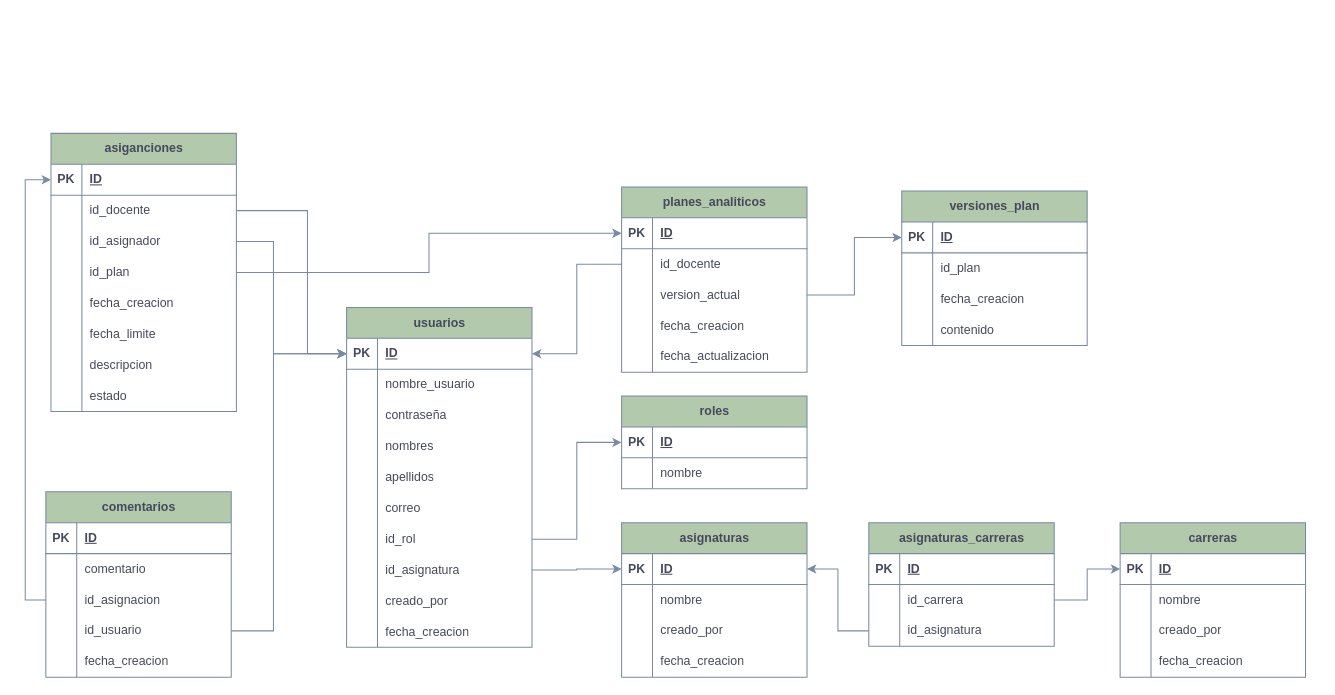
Earlier version of the draw.io diagram page "Diagrama Tablas" (1 of 3) of Diagrama sin título.drawio (JesusBriones2/prueba). Source tidied: cells renumbered, new cells numbered last; positions are measured from the earlier drawing's top-left corner, leaving out a move shared by most shapes. Both pictures are drawn from the tidied source at 103%, with x=0, y=0 at pixel (45, 133).
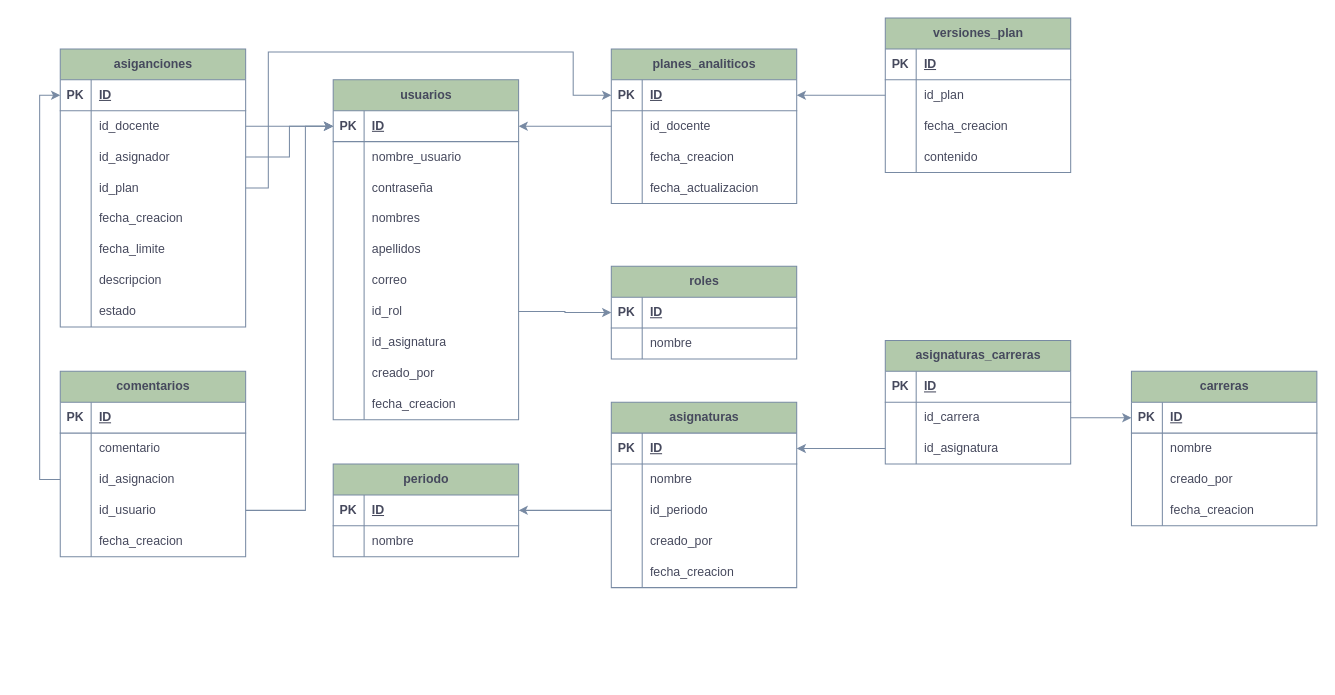
After the change.

The change refers to these unchanged cells:
```xml
<mxCell id="3" style="shape=tableRow;horizontal=0;startSize=0;swimlaneHead=0;swimlaneBody=0;fillColor=none;points=[[0,0.5],[1,0.5]];portConstraint=eastwest;top=0;left=0;right=0;bottom=1;strokeColor=#788AA3;fontColor=#46495D;labelBackgroundColor=none;" parent="2" vertex="1">
  <mxGeometry y="30" width="180" height="30" as="geometry" />
</mxCell>
<mxCell id="21" style="shape=tableRow;horizontal=0;startSize=0;swimlaneHead=0;swimlaneBody=0;fillColor=none;points=[[0,0.5],[1,0.5]];portConstraint=eastwest;top=0;left=0;right=0;bottom=0;strokeColor=#788AA3;fontColor=#46495D;labelBackgroundColor=none;" parent="2" vertex="1">
  <mxGeometry y="210" width="180" height="30" as="geometry" />
</mxCell>
<mxCell id="24" style="shape=tableRow;horizontal=0;startSize=0;swimlaneHead=0;swimlaneBody=0;fillColor=none;points=[[0,0.5],[1,0.5]];portConstraint=eastwest;top=0;left=0;right=0;bottom=0;strokeColor=#788AA3;fontColor=#46495D;labelBackgroundColor=none;" parent="2" vertex="1">
  <mxGeometry y="240" width="180" height="30" as="geometry" />
</mxCell>
<mxCell id="34" style="shape=tableRow;horizontal=0;startSize=0;swimlaneHead=0;swimlaneBody=0;fillColor=none;points=[[0,0.5],[1,0.5]];portConstraint=eastwest;top=0;left=0;right=0;bottom=1;strokeColor=#788AA3;fontColor=#46495D;labelBackgroundColor=none;" parent="33" vertex="1">
  <mxGeometry y="30" width="180" height="30" as="geometry" />
</mxCell>
<mxCell id="41" style="shape=tableRow;horizontal=0;startSize=0;swimlaneHead=0;swimlaneBody=0;fillColor=none;points=[[0,0.5],[1,0.5]];portConstraint=eastwest;top=0;left=0;right=0;bottom=1;strokeColor=#788AA3;fontColor=#46495D;labelBackgroundColor=none;" parent="40" vertex="1">
  <mxGeometry y="30" width="180" height="30" as="geometry" />
</mxCell>
<mxCell id="54" style="shape=tableRow;horizontal=0;startSize=0;swimlaneHead=0;swimlaneBody=0;fillColor=none;points=[[0,0.5],[1,0.5]];portConstraint=eastwest;top=0;left=0;right=0;bottom=1;strokeColor=#788AA3;fontColor=#46495D;labelBackgroundColor=none;" parent="53" vertex="1">
  <mxGeometry y="30" width="180" height="30" as="geometry" />
</mxCell>
<mxCell id="70" style="shape=tableRow;horizontal=0;startSize=0;swimlaneHead=0;swimlaneBody=0;fillColor=none;points=[[0,0.5],[1,0.5]];portConstraint=eastwest;top=0;left=0;right=0;bottom=0;strokeColor=#788AA3;fontColor=#46495D;labelBackgroundColor=none;" parent="66" vertex="1">
  <mxGeometry y="60" width="180" height="30" as="geometry" />
</mxCell>
<mxCell id="73" style="shape=tableRow;horizontal=0;startSize=0;swimlaneHead=0;swimlaneBody=0;fillColor=none;points=[[0,0.5],[1,0.5]];portConstraint=eastwest;top=0;left=0;right=0;bottom=0;strokeColor=#788AA3;fontColor=#46495D;labelBackgroundColor=none;" parent="66" vertex="1">
  <mxGeometry y="90" width="180" height="30" as="geometry" />
</mxCell>
<mxCell id="77" style="shape=tableRow;horizontal=0;startSize=0;swimlaneHead=0;swimlaneBody=0;fillColor=none;points=[[0,0.5],[1,0.5]];portConstraint=eastwest;top=0;left=0;right=0;bottom=1;strokeColor=#788AA3;fontColor=#46495D;labelBackgroundColor=none;" parent="76" vertex="1">
  <mxGeometry y="30" width="180" height="30" as="geometry" />
</mxCell>
<mxCell id="80" style="shape=tableRow;horizontal=0;startSize=0;swimlaneHead=0;swimlaneBody=0;fillColor=none;points=[[0,0.5],[1,0.5]];portConstraint=eastwest;top=0;left=0;right=0;bottom=0;strokeColor=#788AA3;fontColor=#46495D;labelBackgroundColor=none;" parent="76" vertex="1">
  <mxGeometry y="60" width="180" height="30" as="geometry" />
</mxCell>
<mxCell id="93" style="shape=tableRow;horizontal=0;startSize=0;swimlaneHead=0;swimlaneBody=0;fillColor=none;points=[[0,0.5],[1,0.5]];portConstraint=eastwest;top=0;left=0;right=0;bottom=1;strokeColor=#788AA3;fontColor=#46495D;labelBackgroundColor=none;" parent="92" vertex="1">
  <mxGeometry y="30" width="180" height="30" as="geometry" />
</mxCell>
<mxCell id="96" style="shape=tableRow;horizontal=0;startSize=0;swimlaneHead=0;swimlaneBody=0;fillColor=none;points=[[0,0.5],[1,0.5]];portConstraint=eastwest;top=0;left=0;right=0;bottom=0;strokeColor=#788AA3;fontColor=#46495D;labelBackgroundColor=none;" parent="92" vertex="1">
  <mxGeometry y="60" width="180" height="30" as="geometry" />
</mxCell>
<mxCell id="106" style="shape=tableRow;horizontal=0;startSize=0;swimlaneHead=0;swimlaneBody=0;fillColor=none;points=[[0,0.5],[1,0.5]];portConstraint=eastwest;top=0;left=0;right=0;bottom=1;strokeColor=#788AA3;fontColor=#46495D;labelBackgroundColor=none;" parent="105" vertex="1">
  <mxGeometry y="30" width="180" height="30" as="geometry" />
</mxCell>
<mxCell id="109" style="shape=tableRow;horizontal=0;startSize=0;swimlaneHead=0;swimlaneBody=0;fillColor=none;points=[[0,0.5],[1,0.5]];portConstraint=eastwest;top=0;left=0;right=0;bottom=0;strokeColor=#788AA3;fontColor=#46495D;labelBackgroundColor=none;" parent="105" vertex="1">
  <mxGeometry y="60" width="180" height="30" as="geometry" />
</mxCell>
<mxCell id="112" style="shape=tableRow;horizontal=0;startSize=0;swimlaneHead=0;swimlaneBody=0;fillColor=none;points=[[0,0.5],[1,0.5]];portConstraint=eastwest;top=0;left=0;right=0;bottom=0;strokeColor=#788AA3;fontColor=#46495D;labelBackgroundColor=none;" parent="105" vertex="1">
  <mxGeometry y="90" width="180" height="30" as="geometry" />
</mxCell>
<mxCell id="115" style="shape=tableRow;horizontal=0;startSize=0;swimlaneHead=0;swimlaneBody=0;fillColor=none;points=[[0,0.5],[1,0.5]];portConstraint=eastwest;top=0;left=0;right=0;bottom=0;strokeColor=#788AA3;fontColor=#46495D;labelBackgroundColor=none;" parent="105" vertex="1">
  <mxGeometry y="120" width="180" height="30" as="geometry" />
</mxCell>
<mxCell id="137" style="shape=tableRow;horizontal=0;startSize=0;swimlaneHead=0;swimlaneBody=0;fillColor=none;points=[[0,0.5],[1,0.5]];portConstraint=eastwest;top=0;left=0;right=0;bottom=0;strokeColor=#788AA3;fontColor=#46495D;labelBackgroundColor=none;" parent="130" vertex="1">
  <mxGeometry y="90" width="180" height="30" as="geometry" />
</mxCell>
<mxCell id="140" style="shape=tableRow;horizontal=0;startSize=0;swimlaneHead=0;swimlaneBody=0;fillColor=none;points=[[0,0.5],[1,0.5]];portConstraint=eastwest;top=0;left=0;right=0;bottom=0;strokeColor=#788AA3;fontColor=#46495D;labelBackgroundColor=none;" parent="130" vertex="1">
  <mxGeometry y="120" width="180" height="30" as="geometry" />
</mxCell>
```

Diff of the diagram source:
```diff
@@
     <mxCell id="2" value="usuarios" style="shape=table;startSize=30;childLayout=tableLayout;rowLines=0;fontStyle=1;align=center;html=1;strokeColor=#788AA3;fontColor=#46495D;fillColor=#B2C9AB;labelBackgroundColor=none;" parent="1" vertex="1">
-      <mxGeometry x="292" y="169" width="180" height="330" as="geometry" />
+      <mxGeometry x="279" y="-52" width="180" height="330" as="geometry" />
     </mxCell>
@@
     <mxCell id="33" value="roles" style="shape=table;startSize=30;childLayout=tableLayout;rowLines=0;fontStyle=1;align=center;html=1;strokeColor=#788AA3;fontColor=#46495D;fillColor=#B2C9AB;labelBackgroundColor=none;" parent="1" vertex="1">
-      <mxGeometry x="559" y="255" width="180" height="90" as="geometry" />
+      <mxGeometry x="549" y="129" width="180" height="90" as="geometry" />
     </mxCell>
@@
     <mxCell id="40" value="asignaturas" style="shape=table;startSize=30;childLayout=tableLayout;rowLines=0;fontStyle=1;align=center;html=1;strokeColor=#788AA3;fontColor=#46495D;fillColor=#B2C9AB;labelBackgroundColor=none;" parent="1" vertex="1">
-      <mxGeometry x="559" y="378" width="180" height="150" as="geometry" />
+      <mxGeometry x="549" y="261" width="180" height="180" as="geometry" />
     </mxCell>
@@
+    <mxCell id="50" style="shape=tableRow;horizontal=0;startSize=0;swimlaneHead=0;swimlaneBody=0;fillColor=none;points=[[0,0.5],[1,0.5]];portConstraint=eastwest;top=0;left=0;right=0;bottom=0;strokeColor=#788AA3;fontColor=#46495D;labelBackgroundColor=none;" parent="40" vertex="1">
+      <mxGeometry y="90" width="180" height="30" as="geometry" />
+    </mxCell>
+    <mxCell id="51" style="shape=partialRectangle;fillColor=none;top=0;left=0;bottom=0;right=0;overflow=hidden;whiteSpace=wrap;html=1;strokeColor=#788AA3;fontColor=#46495D;labelBackgroundColor=none;" parent="50" vertex="1">
+      <mxGeometry width="30" height="30" as="geometry" />
+    </mxCell>
+    <mxCell id="52" value="id_periodo" style="shape=partialRectangle;fillColor=none;top=0;left=0;bottom=0;right=0;align=left;spacingLeft=6;overflow=hidden;whiteSpace=wrap;html=1;strokeColor=#788AA3;fontColor=#46495D;labelBackgroundColor=none;" parent="50" vertex="1">
+      <mxGeometry x="30" width="150" height="30" as="geometry" />
+    </mxCell>
     <mxCell id="47" style="shape=tableRow;horizontal=0;startSize=0;swimlaneHead=0;swimlaneBody=0;fillColor=none;top=0;left=0;right=0;bottom=0;strokeColor=#788AA3;fontColor=#46495D;labelBackgroundColor=none;" parent="40" vertex="1">
-      <mxGeometry y="90" width="180" height="30" as="geometry" />
+      <mxGeometry y="120" width="180" height="30" as="geometry" />
     </mxCell>
@@
-    <mxCell id="50" style="shape=tableRow;horizontal=0;startSize=0;swimlaneHead=0;swimlaneBody=0;fillColor=none;points=[[0,0.5],[1,0.5]];portConstraint=eastwest;top=0;left=0;right=0;bottom=0;strokeColor=#788AA3;fontColor=#46495D;labelBackgroundColor=none;" parent="40" vertex="1">
-      <mxGeometry y="120" width="180" height="30" as="geometry" />
-    </mxCell>
-    <mxCell id="51" style="shape=partialRectangle;fillColor=none;top=0;left=0;bottom=0;right=0;overflow=hidden;whiteSpace=wrap;html=1;strokeColor=#788AA3;fontColor=#46495D;labelBackgroundColor=none;" parent="50" vertex="1">
-      <mxGeometry width="30" height="30" as="geometry" />
-    </mxCell>
-    <mxCell id="52" value="fecha_creacion" style="shape=partialRectangle;fillColor=none;top=0;left=0;bottom=0;right=0;align=left;spacingLeft=6;overflow=hidden;whiteSpace=wrap;html=1;strokeColor=#788AA3;fontColor=#46495D;labelBackgroundColor=none;" parent="50" vertex="1">
-      <mxGeometry x="30" width="150" height="30" as="geometry" />
-    </mxCell>
+    <mxCell id="157" style="shape=tableRow;horizontal=0;startSize=0;swimlaneHead=0;swimlaneBody=0;fillColor=none;top=0;left=0;right=0;bottom=0;strokeColor=#788AA3;fontColor=#46495D;labelBackgroundColor=none;" parent="40" vertex="1">
+      <mxGeometry y="150" width="180" height="30" as="geometry" />
+    </mxCell>
+    <mxCell id="158" style="shape=partialRectangle;fillColor=none;top=0;left=0;bottom=0;right=0;overflow=hidden;whiteSpace=wrap;html=1;strokeColor=#788AA3;fontColor=#46495D;labelBackgroundColor=none;" parent="157" vertex="1">
+      <mxGeometry width="30" height="30" as="geometry" />
+    </mxCell>
+    <mxCell id="159" value="fecha_creacion" style="shape=partialRectangle;fillColor=none;top=0;left=0;bottom=0;right=0;align=left;spacingLeft=6;overflow=hidden;whiteSpace=wrap;html=1;strokeColor=#788AA3;fontColor=#46495D;labelBackgroundColor=none;" parent="157" vertex="1">
+      <mxGeometry x="30" width="150" height="30" as="geometry" />
+    </mxCell>
     <mxCell id="53" value="carreras" style="shape=table;startSize=30;childLayout=tableLayout;rowLines=0;fontStyle=1;align=center;html=1;strokeColor=#788AA3;fontColor=#46495D;fillColor=#B2C9AB;labelBackgroundColor=none;" parent="1" vertex="1">
-      <mxGeometry x="1043" y="378" width="180" height="150" as="geometry" />
+      <mxGeometry x="1054" y="231" width="180" height="150" as="geometry" />
     </mxCell>
@@
     <mxCell id="66" value="asignaturas_carreras" style="shape=table;startSize=30;childLayout=tableLayout;rowLines=0;fontStyle=1;align=center;html=1;strokeColor=#788AA3;fontColor=#46495D;fillColor=#B2C9AB;labelBackgroundColor=none;" parent="1" vertex="1">
-      <mxGeometry x="799" y="378" width="180" height="120" as="geometry" />
+      <mxGeometry x="815" y="201" width="180" height="120" as="geometry" />
     </mxCell>
@@
     <mxCell id="76" value="planes_analiticos" style="shape=table;startSize=30;childLayout=tableLayout;rowLines=0;fontStyle=1;align=center;html=1;strokeColor=#788AA3;fontColor=#46495D;fillColor=#B2C9AB;labelBackgroundColor=none;" parent="1" vertex="1">
-      <mxGeometry x="559" y="52" width="180" height="180" as="geometry" />
+      <mxGeometry x="549" y="-82" width="180" height="150" as="geometry" />
     </mxCell>
@@
-    <mxCell id="83" style="shape=tableRow;horizontal=0;startSize=0;swimlaneHead=0;swimlaneBody=0;fillColor=none;points=[[0,0.5],[1,0.5]];portConstraint=eastwest;top=0;left=0;right=0;bottom=0;strokeColor=#788AA3;fontColor=#46495D;labelBackgroundColor=none;" parent="76" vertex="1">
-      <mxGeometry y="90" width="180" height="30" as="geometry" />
-    </mxCell>
-    <mxCell id="84" style="shape=partialRectangle;fillColor=none;top=0;left=0;bottom=0;right=0;overflow=hidden;whiteSpace=wrap;html=1;strokeColor=#788AA3;fontColor=#46495D;labelBackgroundColor=none;" parent="83" vertex="1">
-      <mxGeometry width="30" height="30" as="geometry" />
-    </mxCell>
-    <mxCell id="85" value="version_actual" style="shape=partialRectangle;fillColor=none;top=0;left=0;bottom=0;right=0;align=left;spacingLeft=6;overflow=hidden;whiteSpace=wrap;html=1;strokeColor=#788AA3;fontColor=#46495D;labelBackgroundColor=none;" parent="83" vertex="1">
-      <mxGeometry x="30" width="150" height="30" as="geometry" />
-    </mxCell>
     <mxCell id="86" style="shape=tableRow;horizontal=0;startSize=0;swimlaneHead=0;swimlaneBody=0;fillColor=none;top=0;left=0;right=0;bottom=0;strokeColor=#788AA3;fontColor=#46495D;labelBackgroundColor=none;" parent="76" vertex="1">
-      <mxGeometry y="120" width="180" height="30" as="geometry" />
+      <mxGeometry y="90" width="180" height="30" as="geometry" />
     </mxCell>
@@
     <mxCell id="89" style="shape=tableRow;horizontal=0;startSize=0;swimlaneHead=0;swimlaneBody=0;fillColor=none;top=0;left=0;right=0;bottom=0;strokeColor=#788AA3;fontColor=#46495D;labelBackgroundColor=none;" parent="76" vertex="1">
-      <mxGeometry y="150" width="180" height="30" as="geometry" />
+      <mxGeometry y="120" width="180" height="30" as="geometry" />
     </mxCell>
@@
     <mxCell id="92" value="versiones_plan" style="shape=table;startSize=30;childLayout=tableLayout;rowLines=0;fontStyle=1;align=center;html=1;strokeColor=#788AA3;fontColor=#46495D;fillColor=#B2C9AB;labelBackgroundColor=none;" parent="1" vertex="1">
-      <mxGeometry x="831" y="56" width="180" height="150" as="geometry" />
+      <mxGeometry x="815" y="-112" width="180" height="150" as="geometry" />
     </mxCell>
@@
     <mxCell id="105" value="asiganciones" style="shape=table;startSize=30;childLayout=tableLayout;rowLines=0;fontStyle=1;align=center;html=1;strokeColor=#788AA3;fontColor=#46495D;fillColor=#B2C9AB;labelBackgroundColor=none;" parent="1" vertex="1">
-      <mxGeometry x="5" width="180" height="270" as="geometry" />
+      <mxGeometry x="14" y="-82" width="180" height="270" as="geometry" />
     </mxCell>
@@
     <mxCell id="130" value="comentarios" style="shape=table;startSize=30;childLayout=tableLayout;rowLines=0;fontStyle=1;align=center;html=1;strokeColor=#788AA3;fontColor=#46495D;fillColor=#B2C9AB;labelBackgroundColor=none;" parent="1" vertex="1">
-      <mxGeometry y="348" width="180" height="180" as="geometry" />
+      <mxGeometry x="14" y="231" width="180" height="180" as="geometry" />
     </mxCell>
@@
-    <mxCell id="146" style="edgeStyle=orthogonalEdgeStyle;rounded=0;jettySize=auto;html=1;exitX=0;exitY=0.5;exitDx=0;exitDy=0;entryX=0;entryY=0.5;entryDx=0;entryDy=0;strokeColor=#788AA3;fontColor=#46495D;fillColor=#B2C9AB;" parent="1" edge="1" source="137" target="106">
-      <mxGeometry relative="1" as="geometry" />
-    </mxCell>
+    <mxCell id="150" style="edgeStyle=orthogonalEdgeStyle;rounded=0;jettySize=auto;html=1;exitX=0;exitY=0.5;exitDx=0;exitDy=0;entryX=1;entryY=0.5;entryDx=0;entryDy=0;strokeColor=#788AA3;fontColor=default;fillColor=#B2C9AB;labelBackgroundColor=none;" parent="1" edge="1" source="73" target="41">
+      <mxGeometry relative="1" as="geometry" />
+    </mxCell>
+    <mxCell id="151" style="edgeStyle=orthogonalEdgeStyle;rounded=0;jettySize=auto;html=1;exitX=1;exitY=0.5;exitDx=0;exitDy=0;entryX=0;entryY=0.5;entryDx=0;entryDy=0;strokeColor=#788AA3;fontColor=default;fillColor=#B2C9AB;labelBackgroundColor=none;" parent="1" edge="1" source="70" target="54">
+      <mxGeometry relative="1" as="geometry" />
+    </mxCell>
+    <mxCell id="160" style="edgeStyle=orthogonalEdgeStyle;rounded=0;jettySize=auto;html=1;exitX=0;exitY=0.5;exitDx=0;exitDy=0;entryX=1;entryY=0.5;entryDx=0;entryDy=0;strokeColor=#788AA3;fontColor=default;fillColor=#B2C9AB;labelBackgroundColor=none;" parent="1" edge="1" source="96" target="77">
+      <mxGeometry relative="1" as="geometry" />
+    </mxCell>
-    <mxCell id="147" style="edgeStyle=orthogonalEdgeStyle;rounded=0;jettySize=auto;html=1;exitX=0;exitY=0.5;exitDx=0;exitDy=0;strokeColor=#788AA3;fontColor=#46495D;fillColor=#B2C9AB;" parent="1" edge="1" source="80" target="3">
+    <mxCell id="147" style="edgeStyle=orthogonalEdgeStyle;rounded=0;jettySize=auto;html=1;exitX=0;exitY=0.5;exitDx=0;exitDy=0;strokeColor=#788AA3;fontColor=default;fillColor=#B2C9AB;labelBackgroundColor=none;" parent="1" edge="1" source="80" target="3">
       <mxGeometry relative="1" as="geometry" />
     </mxCell>
-    <mxCell id="148" style="edgeStyle=orthogonalEdgeStyle;rounded=0;jettySize=auto;html=1;exitX=1;exitY=0.5;exitDx=0;exitDy=0;entryX=0;entryY=0.5;entryDx=0;entryDy=0;strokeColor=#788AA3;fontColor=#46495D;fillColor=#B2C9AB;" parent="1" edge="1" source="21" target="34">
+    <mxCell id="148" style="edgeStyle=orthogonalEdgeStyle;rounded=0;jettySize=auto;html=1;exitX=1;exitY=0.5;exitDx=0;exitDy=0;entryX=0;entryY=0.5;entryDx=0;entryDy=0;strokeColor=#788AA3;fontColor=default;fillColor=#B2C9AB;labelBackgroundColor=none;" parent="1" edge="1" source="21" target="34">
       <mxGeometry relative="1" as="geometry" />
     </mxCell>
-    <mxCell id="149" style="edgeStyle=orthogonalEdgeStyle;rounded=0;jettySize=auto;html=1;exitX=1;exitY=0.5;exitDx=0;exitDy=0;entryX=0;entryY=0.5;entryDx=0;entryDy=0;strokeColor=#788AA3;fontColor=#46495D;fillColor=#B2C9AB;" parent="1" edge="1" source="24" target="41">
-      <mxGeometry relative="1" as="geometry" />
-    </mxCell>
-    <mxCell id="150" style="edgeStyle=orthogonalEdgeStyle;rounded=0;jettySize=auto;html=1;exitX=0;exitY=0.5;exitDx=0;exitDy=0;entryX=1;entryY=0.5;entryDx=0;entryDy=0;strokeColor=#788AA3;fontColor=#46495D;fillColor=#B2C9AB;" parent="1" edge="1" source="73" target="41">
-      <mxGeometry relative="1" as="geometry" />
-    </mxCell>
-    <mxCell id="151" style="edgeStyle=orthogonalEdgeStyle;rounded=0;jettySize=auto;html=1;exitX=1;exitY=0.5;exitDx=0;exitDy=0;entryX=0;entryY=0.5;entryDx=0;entryDy=0;strokeColor=#788AA3;fontColor=#46495D;fillColor=#B2C9AB;" parent="1" edge="1" source="70" target="54">
-      <mxGeometry relative="1" as="geometry" />
-    </mxCell>
-    <mxCell id="152" style="edgeStyle=orthogonalEdgeStyle;rounded=0;jettySize=auto;html=1;exitX=1;exitY=0.5;exitDx=0;exitDy=0;entryX=0;entryY=0.5;entryDx=0;entryDy=0;strokeColor=#788AA3;fontColor=#46495D;fillColor=#B2C9AB;" parent="1" edge="1" source="83" target="93">
-      <mxGeometry relative="1" as="geometry" />
-    </mxCell>
+    <mxCell id="161" value="periodo" style="shape=table;startSize=30;childLayout=tableLayout;rowLines=0;fontStyle=1;align=center;html=1;strokeColor=#788AA3;fontColor=#46495D;fillColor=#B2C9AB;labelBackgroundColor=none;" parent="1" vertex="1">
+      <mxGeometry x="279" y="321" width="180" height="90" as="geometry" />
+    </mxCell>
+    <mxCell id="162" style="shape=tableRow;horizontal=0;startSize=0;swimlaneHead=0;swimlaneBody=0;fillColor=none;points=[[0,0.5],[1,0.5]];portConstraint=eastwest;top=0;left=0;right=0;bottom=1;strokeColor=#788AA3;fontColor=#46495D;labelBackgroundColor=none;" parent="161" vertex="1">
+      <mxGeometry y="30" width="180" height="30" as="geometry" />
+    </mxCell>
+    <mxCell id="163" value="PK" style="shape=partialRectangle;fillColor=none;top=0;left=0;bottom=0;right=0;fontStyle=1;overflow=hidden;whiteSpace=wrap;html=1;strokeColor=#788AA3;fontColor=#46495D;labelBackgroundColor=none;" parent="162" vertex="1">
+      <mxGeometry width="30" height="30" as="geometry" />
+    </mxCell>
+    <mxCell id="164" value="ID" style="shape=partialRectangle;fillColor=none;top=0;left=0;bottom=0;right=0;align=left;spacingLeft=6;fontStyle=5;overflow=hidden;whiteSpace=wrap;html=1;strokeColor=#788AA3;fontColor=#46495D;labelBackgroundColor=none;" parent="162" vertex="1">
+      <mxGeometry x="30" width="150" height="30" as="geometry" />
+    </mxCell>
+    <mxCell id="165" style="shape=tableRow;horizontal=0;startSize=0;swimlaneHead=0;swimlaneBody=0;fillColor=none;top=0;left=0;right=0;bottom=0;strokeColor=#788AA3;fontColor=#46495D;labelBackgroundColor=none;" parent="161" vertex="1">
+      <mxGeometry y="60" width="180" height="30" as="geometry" />
+    </mxCell>
+    <mxCell id="166" style="shape=partialRectangle;fillColor=none;top=0;left=0;bottom=0;right=0;overflow=hidden;whiteSpace=wrap;html=1;strokeColor=#788AA3;fontColor=#46495D;labelBackgroundColor=none;" parent="165" vertex="1">
+      <mxGeometry width="30" height="30" as="geometry" />
+    </mxCell>
+    <mxCell id="167" value="nombre" style="shape=partialRectangle;fillColor=none;top=0;left=0;bottom=0;right=0;align=left;spacingLeft=6;overflow=hidden;whiteSpace=wrap;html=1;strokeColor=#788AA3;fontColor=#46495D;labelBackgroundColor=none;" parent="165" vertex="1">
+      <mxGeometry x="30" width="150" height="30" as="geometry" />
+    </mxCell>
     <mxCell id="153" style="edgeStyle=orthogonalEdgeStyle;rounded=0;jettySize=auto;html=1;exitX=1;exitY=0.5;exitDx=0;exitDy=0;entryX=0;entryY=0.5;entryDx=0;entryDy=0;strokeColor=#788AA3;fontColor=#46495D;fillColor=#B2C9AB;" parent="1" edge="1" source="109" target="3">
-      <mxGeometry relative="1" as="geometry">
-        <Array as="points">
-          <mxPoint x="254" y="75" />
-          <mxPoint x="254" y="214" />
-        </Array>
-      </mxGeometry>
+      <mxGeometry relative="1" as="geometry" />
     </mxCell>
     <mxCell id="154" style="edgeStyle=orthogonalEdgeStyle;rounded=0;jettySize=auto;html=1;exitX=1;exitY=0.5;exitDx=0;exitDy=0;entryX=0;entryY=0.5;entryDx=0;entryDy=0;strokeColor=#788AA3;fontColor=#46495D;fillColor=#B2C9AB;" parent="1" edge="1" source="112" target="3">
-      <mxGeometry relative="1" as="geometry">
-        <Array as="points">
-          <mxPoint x="221" y="105" />
-          <mxPoint x="221" y="214" />
-        </Array>
-      </mxGeometry>
+      <mxGeometry relative="1" as="geometry" />
     </mxCell>
+    <mxCell id="156" style="edgeStyle=orthogonalEdgeStyle;rounded=0;jettySize=auto;html=1;exitX=1;exitY=0.5;exitDx=0;exitDy=0;entryX=0;entryY=0.5;entryDx=0;entryDy=0;strokeColor=#788AA3;fontColor=#46495D;fillColor=#B2C9AB;" parent="1" edge="1" source="115" target="77">
+      <mxGeometry relative="1" as="geometry">
+        <Array as="points">
+          <mxPoint x="216" y="53" />
+          <mxPoint x="216" y="-79" />
+          <mxPoint x="512" y="-79" />
+          <mxPoint x="512" y="-37" />
+        </Array>
+      </mxGeometry>
+    </mxCell>
+    <mxCell id="168" style="edgeStyle=orthogonalEdgeStyle;rounded=0;jettySize=auto;html=1;exitX=0;exitY=0.5;exitDx=0;exitDy=0;entryX=1;entryY=0.5;entryDx=0;entryDy=0;strokeColor=#788AA3;fontColor=#46495D;fillColor=#B2C9AB;" parent="1" edge="1" source="50" target="162">
+      <mxGeometry relative="1" as="geometry" />
+    </mxCell>
     <mxCell id="155" style="edgeStyle=orthogonalEdgeStyle;rounded=0;jettySize=auto;html=1;exitX=1;exitY=0.5;exitDx=0;exitDy=0;entryX=0;entryY=0.5;entryDx=0;entryDy=0;strokeColor=#788AA3;fontColor=#46495D;fillColor=#B2C9AB;" parent="1" edge="1" source="140" target="3">
       <mxGeometry relative="1" as="geometry">
         <Array as="points">
-          <mxPoint x="221" y="483" />
-          <mxPoint x="221" y="214" />
+          <mxPoint x="252" y="366" />
+          <mxPoint x="252" y="-7" />
         </Array>
       </mxGeometry>
     </mxCell>
-    <mxCell id="156" style="edgeStyle=orthogonalEdgeStyle;rounded=0;jettySize=auto;html=1;exitX=1;exitY=0.5;exitDx=0;exitDy=0;entryX=0;entryY=0.5;entryDx=0;entryDy=0;strokeColor=#788AA3;fontColor=#46495D;fillColor=#B2C9AB;" parent="1" edge="1" source="115" target="77">
-      <mxGeometry relative="1" as="geometry" />
-    </mxCell>
+    <mxCell id="146" style="edgeStyle=orthogonalEdgeStyle;rounded=0;jettySize=auto;html=1;exitX=0;exitY=0.5;exitDx=0;exitDy=0;entryX=0;entryY=0.5;entryDx=0;entryDy=0;strokeColor=#788AA3;fontColor=#46495D;fillColor=#B2C9AB;" parent="1" edge="1" source="137" target="106">
+      <mxGeometry relative="1" as="geometry" />
+    </mxCell>
```
